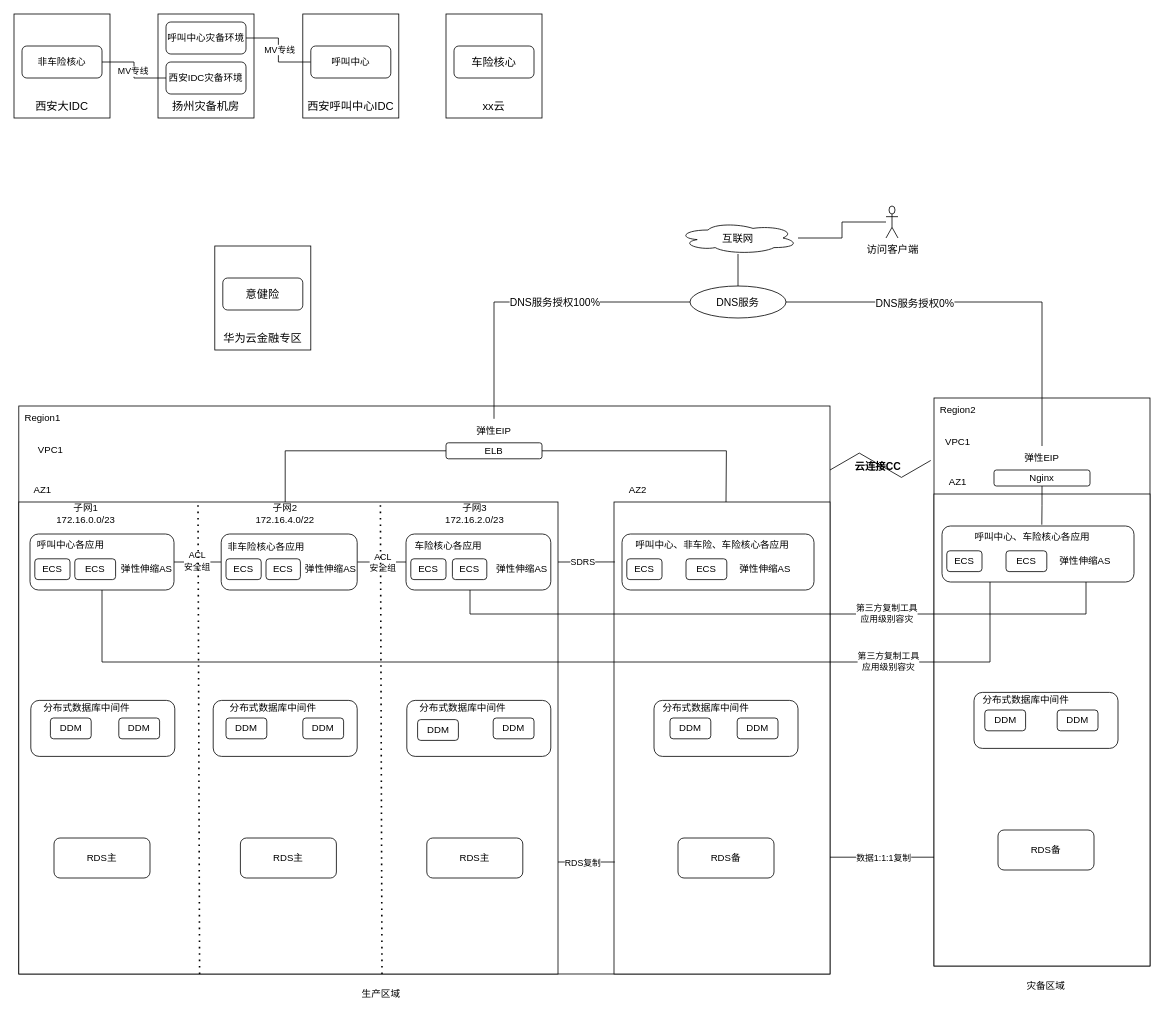
Earlier version of the draw.io diagram 华为云上云架构设计研讨.drawio (wucaitian/wucaitian). Source tidied: cells renumbered, new cells numbered last; positions are measured from the earlier drawing's top-left corner, leaving out a move shared by most shapes. Both pictures are drawn from the tidied source at 80%, with x=0, y=0 at pixel (14, 14).
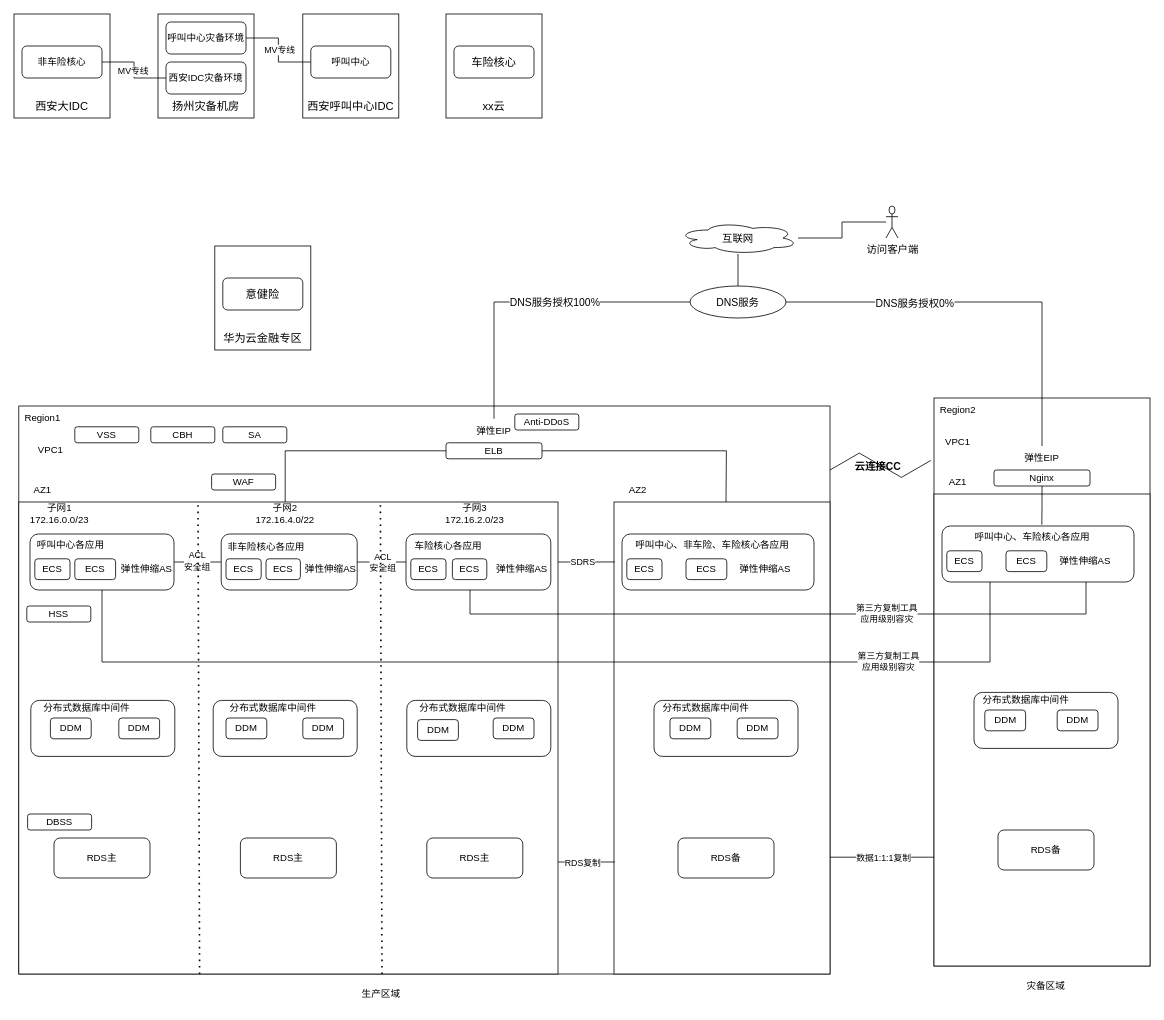
Above is the later version.

Commit message:
更新华为云上云架构设计研讨.drawio

Diff of the diagram source:
```diff
@@
     <mxCell id="59" value="子网1&lt;br&gt;172.16.0.0/23" style="text;html=1;strokeColor=none;fillColor=none;align=center;verticalAlign=middle;whiteSpace=wrap;rounded=0;" parent="1" vertex="1">
-      <mxGeometry x="60" y="610" width="60" height="30" as="geometry" />
+      <mxGeometry x="27" y="610" width="60" height="30" as="geometry" />
     </mxCell>
@@
+    <mxCell id="118" value="Anti-DDoS" style="rounded=1;whiteSpace=wrap;html=1;" parent="1" vertex="1">
+      <mxGeometry x="626" y="500" width="80" height="20" as="geometry" />
+    </mxCell>
+    <mxCell id="119" value="WAF" style="rounded=1;whiteSpace=wrap;html=1;" parent="1" vertex="1">
+      <mxGeometry x="247" y="575" width="80" height="20" as="geometry" />
+    </mxCell>
+    <mxCell id="120" value="HSS" style="rounded=1;whiteSpace=wrap;html=1;" parent="1" vertex="1">
+      <mxGeometry x="16" y="740" width="80" height="20" as="geometry" />
+    </mxCell>
+    <mxCell id="121" value="DBSS" style="rounded=1;whiteSpace=wrap;html=1;" parent="1" vertex="1">
+      <mxGeometry x="17" y="1000" width="80" height="20" as="geometry" />
+    </mxCell>
+    <mxCell id="122" value="VSS" style="rounded=1;whiteSpace=wrap;html=1;" parent="1" vertex="1">
+      <mxGeometry x="76" y="516" width="80" height="20" as="geometry" />
+    </mxCell>
+    <mxCell id="123" value="CBH" style="rounded=1;whiteSpace=wrap;html=1;" parent="1" vertex="1">
+      <mxGeometry x="171" y="516" width="80" height="20" as="geometry" />
+    </mxCell>
+    <mxCell id="124" value="SA" style="rounded=1;whiteSpace=wrap;html=1;" parent="1" vertex="1">
+      <mxGeometry x="261" y="516" width="80" height="20" as="geometry" />
+    </mxCell>
```
